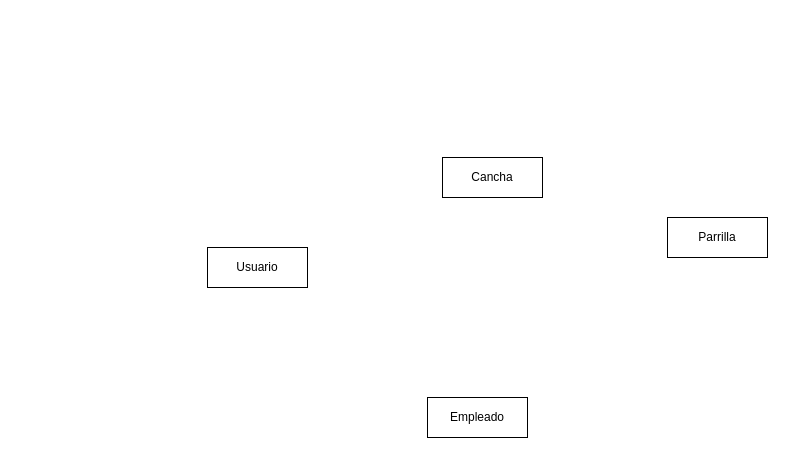
Before: f5TPDSW.drawio in santisabb/ejercicios-base_de_datos, a draw.io diagram. Source tidied: cells renumbered, new cells numbered last; positions are measured from the earlier drawing's top-left corner, leaving out a move shared by most shapes. Both pictures are drawn from the tidied source at 100%, with x=0, y=0 at pixel (207, 157).
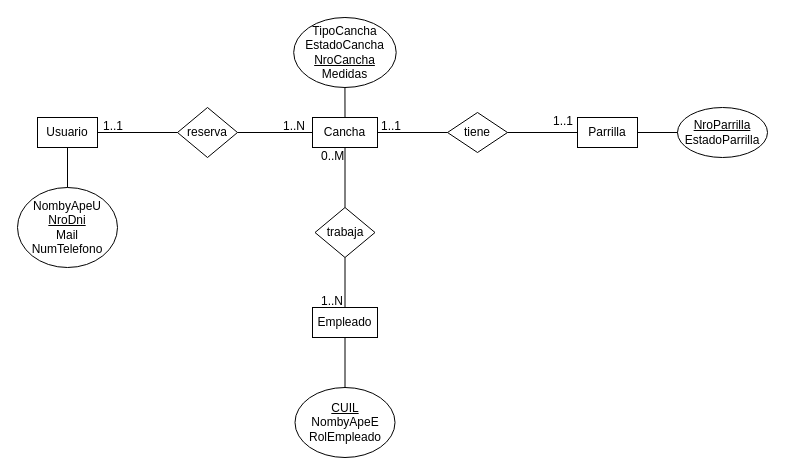
The same page after the edit.

The edit, as a diff of the source:
```diff
@@
     <mxCell id="2" value="Usuario" style="whiteSpace=wrap;html=1;align=center;" parent="1" vertex="1">
-      <mxGeometry y="90" width="100" height="40" as="geometry" />
+      <mxGeometry x="-170" y="-40" width="60" height="30" as="geometry" />
     </mxCell>
     <mxCell id="3" value="Cancha" style="whiteSpace=wrap;html=1;align=center;" parent="1" vertex="1">
-      <mxGeometry x="235" width="100" height="40" as="geometry" />
+      <mxGeometry x="105" y="-40" width="65" height="30" as="geometry" />
     </mxCell>
     <mxCell id="4" value="Parrilla" style="whiteSpace=wrap;html=1;align=center;" parent="1" vertex="1">
-      <mxGeometry x="460" y="60" width="100" height="40" as="geometry" />
+      <mxGeometry x="370" y="-40" width="60" height="30" as="geometry" />
     </mxCell>
     <mxCell id="5" value="Empleado" style="whiteSpace=wrap;html=1;align=center;" parent="1" vertex="1">
-      <mxGeometry x="220" y="240" width="100" height="40" as="geometry" />
+      <mxGeometry x="105" y="150" width="65" height="30" as="geometry" />
     </mxCell>
+    <mxCell id="6" value="reserva" style="shape=rhombus;perimeter=rhombusPerimeter;whiteSpace=wrap;html=1;align=center;" parent="1" vertex="1">
+      <mxGeometry x="-30" y="-50" width="60" height="50" as="geometry" />
+    </mxCell>
+    <mxCell id="7" value="tiene" style="shape=rhombus;perimeter=rhombusPerimeter;whiteSpace=wrap;html=1;align=center;" parent="1" vertex="1">
+      <mxGeometry x="240" y="-45" width="60" height="40" as="geometry" />
+    </mxCell>
+    <mxCell id="8" value="trabaja" style="shape=rhombus;perimeter=rhombusPerimeter;whiteSpace=wrap;html=1;align=center;" parent="1" vertex="1">
+      <mxGeometry x="107.5" y="50" width="60" height="50" as="geometry" />
+    </mxCell>
+    <mxCell id="9" value="TipoCancha&lt;br&gt;EstadoCancha&lt;br&gt;&lt;u&gt;NroCancha&lt;/u&gt;&lt;br&gt;Medidas" style="ellipse;whiteSpace=wrap;html=1;align=center;" parent="1" vertex="1">
+      <mxGeometry x="86.2" y="-140" width="102.5" height="70" as="geometry" />
+    </mxCell>
+    <mxCell id="10" style="endArrow=none;html=1;rounded=0;exitX=0.5;exitY=1;exitDx=0;exitDy=0;entryX=0.5;entryY=0;entryDx=0;entryDy=0;" parent="1" edge="1" source="9" target="3">
+      <mxGeometry relative="1" as="geometry" />
+    </mxCell>
+    <mxCell id="11" value="&lt;u&gt;NroParrilla&lt;/u&gt;&lt;br&gt;EstadoParrilla" style="ellipse;whiteSpace=wrap;html=1;align=center;" parent="1" vertex="1">
+      <mxGeometry x="470" y="-50" width="90" height="50" as="geometry" />
+    </mxCell>
+    <mxCell id="12" style="endArrow=none;html=1;rounded=0;exitX=0;exitY=0.5;exitDx=0;exitDy=0;entryX=1;entryY=0.5;entryDx=0;entryDy=0;" parent="1" edge="1" source="11" target="4">
+      <mxGeometry relative="1" as="geometry" />
+    </mxCell>
+    <mxCell id="13" value="NombyApeU&lt;br&gt;&lt;u&gt;NroDni&lt;br&gt;&lt;/u&gt;Mail&lt;br&gt;NumTelefono" style="ellipse;whiteSpace=wrap;html=1;align=center;" parent="1" vertex="1">
+      <mxGeometry x="-190" y="30" width="100" height="80" as="geometry" />
+    </mxCell>
+    <mxCell id="14" style="endArrow=none;html=1;rounded=0;exitX=0.5;exitY=1;exitDx=0;exitDy=0;" parent="1" edge="1" source="2" target="13">
+      <mxGeometry relative="1" as="geometry" />
+    </mxCell>
+    <mxCell id="15" value="&lt;u&gt;CUIL&lt;/u&gt;&lt;br&gt;NombyApeE&lt;br&gt;RolEmpleado" style="ellipse;whiteSpace=wrap;html=1;align=center;" parent="1" vertex="1">
+      <mxGeometry x="87.5" y="230" width="100" height="70" as="geometry" />
+    </mxCell>
+    <mxCell id="16" style="endArrow=none;html=1;rounded=0;exitX=0.5;exitY=0;exitDx=0;exitDy=0;entryX=0.5;entryY=1;entryDx=0;entryDy=0;" parent="1" edge="1" source="15" target="5">
+      <mxGeometry relative="1" as="geometry" />
+    </mxCell>
+    <mxCell id="17" style="endArrow=none;html=1;rounded=0;exitX=0.5;exitY=0;exitDx=0;exitDy=0;entryX=0.5;entryY=1;entryDx=0;entryDy=0;" parent="1" edge="1" source="5" target="8">
+      <mxGeometry relative="1" as="geometry" />
+    </mxCell>
+    <mxCell id="18" style="endArrow=none;html=1;rounded=0;exitX=0.5;exitY=1;exitDx=0;exitDy=0;entryX=0.5;entryY=0;entryDx=0;entryDy=0;" parent="1" edge="1" source="3" target="8">
+      <mxGeometry relative="1" as="geometry" />
+    </mxCell>
+    <mxCell id="19" style="endArrow=none;html=1;rounded=0;exitX=1;exitY=0.5;exitDx=0;exitDy=0;entryX=0;entryY=0.5;entryDx=0;entryDy=0;" parent="1" edge="1" source="2" target="6">
+      <mxGeometry relative="1" as="geometry" />
+    </mxCell>
+    <mxCell id="20" style="endArrow=none;html=1;rounded=0;exitX=1;exitY=0.5;exitDx=0;exitDy=0;entryX=0;entryY=0.5;entryDx=0;entryDy=0;" parent="1" edge="1" source="6" target="3">
+      <mxGeometry relative="1" as="geometry" />
+    </mxCell>
+    <mxCell id="21" style="endArrow=none;html=1;rounded=0;exitX=0;exitY=0.5;exitDx=0;exitDy=0;entryX=1;entryY=0.5;entryDx=0;entryDy=0;" parent="1" edge="1" source="7" target="3">
+      <mxGeometry relative="1" as="geometry" />
+    </mxCell>
+    <mxCell id="22" style="endArrow=none;html=1;rounded=0;exitX=0;exitY=0.5;exitDx=0;exitDy=0;entryX=1;entryY=0.5;entryDx=0;entryDy=0;" parent="1" edge="1" source="4" target="7">
+      <mxGeometry relative="1" as="geometry" />
+    </mxCell>
+    <mxCell id="23" value="1..1" style="text;strokeColor=none;fillColor=none;spacingLeft=4;spacingRight=4;overflow=hidden;fontSize=12;whiteSpace=wrap;html=1;" parent="1" vertex="1">
+      <mxGeometry x="-110" y="-45" width="40" height="30" as="geometry" />
+    </mxCell>
+    <mxCell id="24" value="1..N" style="text;strokeColor=none;fillColor=none;spacingLeft=4;spacingRight=4;overflow=hidden;fontSize=12;whiteSpace=wrap;html=1;" parent="1" vertex="1">
+      <mxGeometry x="70" y="-45" width="40" height="30" as="geometry" />
+    </mxCell>
+    <mxCell id="25" value="1..N" style="text;strokeColor=none;fillColor=none;spacingLeft=4;spacingRight=4;overflow=hidden;fontSize=12;whiteSpace=wrap;html=1;" parent="1" vertex="1">
+      <mxGeometry x="107.5" y="130" width="40" height="30" as="geometry" />
+    </mxCell>
+    <mxCell id="26" value="0..M" style="text;strokeColor=none;fillColor=none;spacingLeft=4;spacingRight=4;overflow=hidden;fontSize=12;whiteSpace=wrap;html=1;" parent="1" vertex="1">
+      <mxGeometry x="107.5" y="-15" width="40" height="30" as="geometry" />
+    </mxCell>
+    <mxCell id="27" value="1..1" style="text;strokeColor=none;fillColor=none;spacingLeft=4;spacingRight=4;overflow=hidden;fontSize=12;whiteSpace=wrap;html=1;" parent="1" vertex="1">
+      <mxGeometry x="340" y="-50" width="40" height="30" as="geometry" />
+    </mxCell>
+    <mxCell id="28" value="1..1" style="text;strokeColor=none;fillColor=none;spacingLeft=4;spacingRight=4;overflow=hidden;fontSize=12;whiteSpace=wrap;html=1;" parent="1" vertex="1">
+      <mxGeometry x="167.5" y="-45" width="40" height="30" as="geometry" />
+    </mxCell>
```
